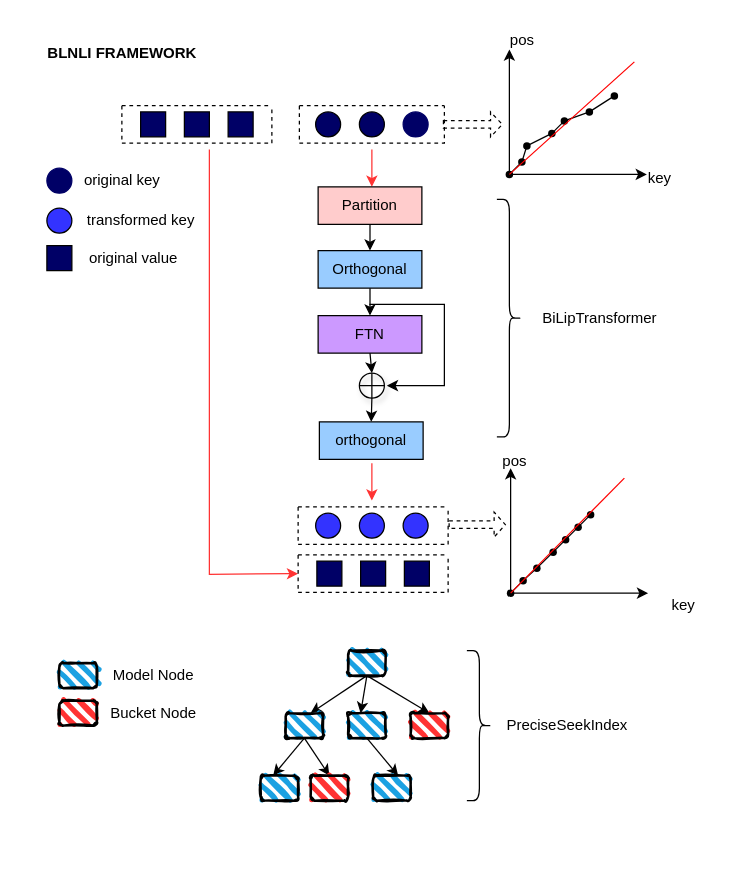
This is images/BLNLI.drawio from jingtao8a/draw.io, a draw.io file, before an edit. Source tidied: cells renumbered, new cells numbered last; positions are measured from the earlier drawing's top-left corner, leaving out a move shared by most shapes. Both pictures are drawn from the tidied source at 125%, with x=0, y=0 at pixel (21, 21).
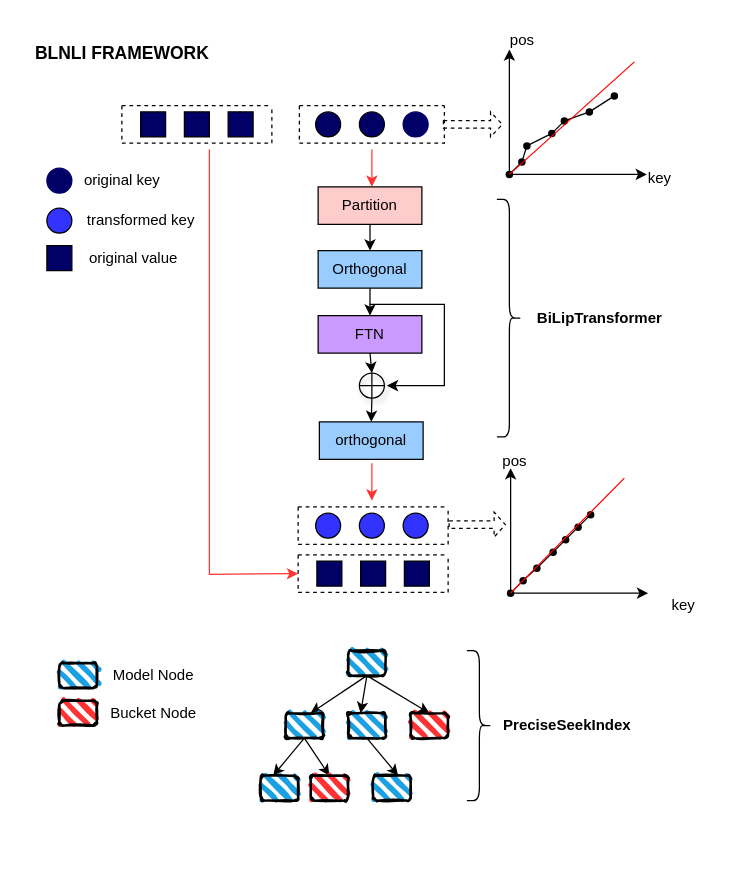
The same page after the edit.

The change refers to these unchanged cells:
```xml
<mxCell id="39" style="swimlane;startSize=0;strokeColor=none;" parent="1" vertex="1">
  <mxGeometry y="2" width="570" height="670" as="geometry" />
</mxCell>
```

What changed in the source:
```diff
@@
-    <mxCell id="40" value="&lt;b&gt;BLNLI FRAMEWORK&lt;/b&gt;" style="text;html=1;align=center;verticalAlign=middle;strokeColor=none;fillColor=none;" parent="39" vertex="1">
-      <mxGeometry x="10" y="8" width="140" height="30" as="geometry" />
+    <mxCell id="40" value="&lt;b&gt;&lt;font style=&quot;font-size: 14px;&quot;&gt;BLNLI FRAMEWORK&lt;/font&gt;&lt;/b&gt;" style="text;html=1;align=center;verticalAlign=middle;strokeColor=none;fillColor=none;" parent="39" vertex="1">
+      <mxGeometry y="8" width="160" height="30" as="geometry" />
     </mxCell>
@@
-    <mxCell id="44" value="PreciseSeekIndex" style="text;html=1;align=center;verticalAlign=middle;strokeColor=none;fillColor=none;rotation=0;" parent="39" vertex="1">
-      <mxGeometry x="376" y="546" width="120" height="30" as="geometry" />
+    <mxCell id="44" value="&lt;b&gt;PreciseSeekIndex&lt;/b&gt;" style="text;html=1;align=center;verticalAlign=middle;strokeColor=none;fillColor=none;rotation=0;" parent="39" vertex="1">
+      <mxGeometry x="371" y="546" width="130" height="30" as="geometry" />
     </mxCell>
@@
-    <mxCell id="99" value="BiLipTransformer" style="text;html=1;align=center;verticalAlign=middle;strokeColor=none;fillColor=none;rotation=0;" parent="39" vertex="1">
+    <mxCell id="99" value="&lt;b&gt;BiLipTransformer&lt;/b&gt;" style="text;html=1;align=center;verticalAlign=middle;strokeColor=none;fillColor=none;rotation=0;" parent="39" vertex="1">
       <mxGeometry x="402" y="220" width="120" height="30" as="geometry" />
     </mxCell>
```
